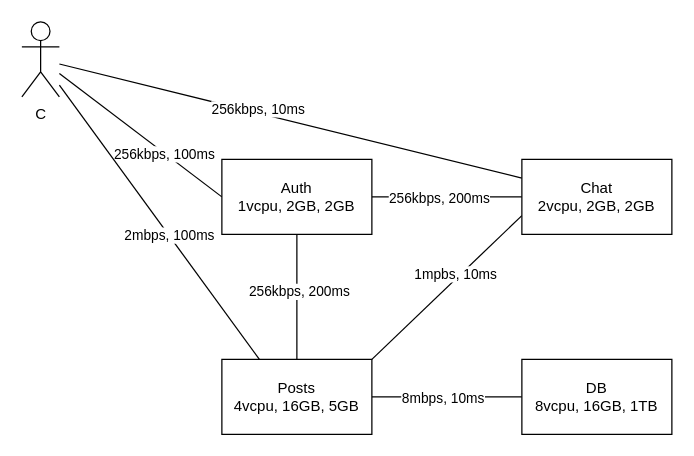
The draw.io diagram page "social media" (1 of 2) of notes/app.drawio in Manasvini/mesh-bw-scheduler, before the edit. Source tidied: cells renumbered, new cells numbered last; positions are measured from the earlier drawing's top-left corner, leaving out a move shared by most shapes. Both pictures are drawn from the tidied source at 125%, with x=0, y=0 at pixel (21, 21).
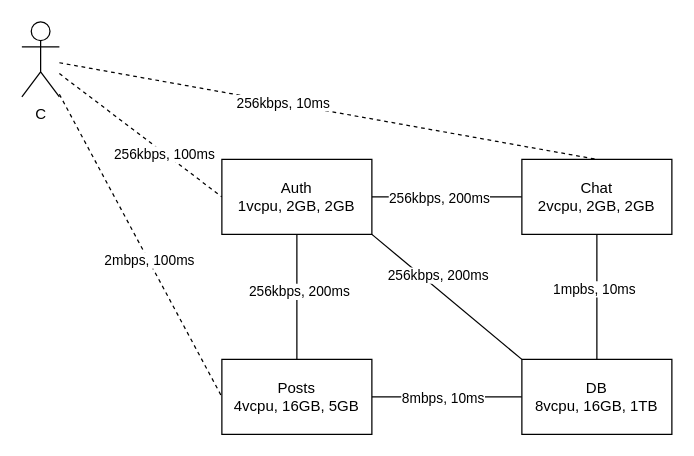
The same diagram, later.

The change refers to these unchanged cells:
```xml
<mxCell id="16" value="C" style="shape=umlActor;verticalLabelPosition=bottom;verticalAlign=top;html=1;outlineConnect=0;" parent="1" vertex="1">
  <mxGeometry width="30" height="60" as="geometry" />
</mxCell>
<mxCell id="17" value="Posts&lt;br&gt;4vcpu, 16GB, 5GB" style="rounded=0;whiteSpace=wrap;html=1;" parent="1" vertex="1">
  <mxGeometry x="160" y="270" width="120" height="60" as="geometry" />
</mxCell>
<mxCell id="18" value="DB&lt;br&gt;8vcpu, 16GB, 1TB" style="rounded=0;whiteSpace=wrap;html=1;" parent="1" vertex="1">
  <mxGeometry x="400" y="270" width="120" height="60" as="geometry" />
</mxCell>
<mxCell id="19" value="Chat&lt;br&gt;2vcpu, 2GB, 2GB" style="rounded=0;whiteSpace=wrap;html=1;" parent="1" vertex="1">
  <mxGeometry x="400" y="110" width="120" height="60" as="geometry" />
</mxCell>
<mxCell id="20" value="Auth&lt;br&gt;1vcpu, 2GB, 2GB" style="rounded=0;whiteSpace=wrap;html=1;" parent="1" vertex="1">
  <mxGeometry x="160" y="110" width="120" height="60" as="geometry" />
</mxCell>
```

What changed in the source:
```diff
@@
-    <mxCell id="2" style="jettySize=auto;html=1;exitX=0;exitY=0.75;exitDx=0;exitDy=0;entryX=1;entryY=0;entryDx=0;entryDy=0;rounded=0;endArrow=none;endFill=0;" parent="1" edge="1" source="19" target="17">
+    <mxCell id="2" style="jettySize=auto;html=1;exitX=0.5;exitY=1;exitDx=0;exitDy=0;entryX=0.5;entryY=0;entryDx=0;entryDy=0;rounded=0;endArrow=none;endFill=0;" parent="1" edge="1" source="19" target="18">
       <mxGeometry relative="1" as="geometry" />
     </mxCell>
@@
-    <mxCell id="10" style="edgeStyle=none;rounded=0;jettySize=auto;html=1;endArrow=none;endFill=0;entryX=0;entryY=0.5;entryDx=0;entryDy=0;" parent="1" edge="1" source="16" target="20">
+    <mxCell id="10" style="edgeStyle=none;rounded=0;jettySize=auto;html=1;endArrow=none;endFill=0;entryX=0;entryY=0.5;entryDx=0;entryDy=0;dashed=1;" parent="1" edge="1" source="16" target="20">
       <mxGeometry relative="1" as="geometry" />
     </mxCell>
@@
-    <mxCell id="12" style="edgeStyle=none;rounded=0;jettySize=auto;html=1;endArrow=none;endFill=0;entryX=0.25;entryY=0;entryDx=0;entryDy=0;" parent="1" edge="1" source="16" target="17">
+    <mxCell id="12" style="edgeStyle=none;rounded=0;jettySize=auto;html=1;endArrow=none;endFill=0;entryX=0;entryY=0.5;entryDx=0;entryDy=0;dashed=1;" parent="1" edge="1" source="16" target="17">
       <mxGeometry relative="1" as="geometry" />
     </mxCell>
@@
-    <mxCell id="14" style="edgeStyle=none;rounded=0;jettySize=auto;html=1;endArrow=none;endFill=0;entryX=0;entryY=0.25;entryDx=0;entryDy=0;" parent="1" edge="1" source="16" target="19">
+    <mxCell id="14" style="edgeStyle=none;rounded=0;jettySize=auto;html=1;endArrow=none;endFill=0;entryX=0.5;entryY=0;entryDx=0;entryDy=0;dashed=1;" parent="1" edge="1" source="16" target="19">
       <mxGeometry relative="1" as="geometry" />
     </mxCell>
@@
+    <mxCell id="21" style="edgeStyle=none;rounded=0;jettySize=auto;html=1;exitX=0;exitY=0;exitDx=0;exitDy=0;entryX=1;entryY=1;entryDx=0;entryDy=0;endArrow=none;endFill=0;" parent="1" edge="1" source="18" target="20">
+      <mxGeometry relative="1" as="geometry" />
+    </mxCell>
+    <mxCell id="22" value="256kbps, 200ms" style="edgeLabel;html=1;align=center;verticalAlign=middle;" parent="21" vertex="1">
+      <mxGeometry x="0.35" y="2" relative="1" as="geometry">
+        <mxPoint x="14" y="-2" as="offset" />
+      </mxGeometry>
+    </mxCell>
```
